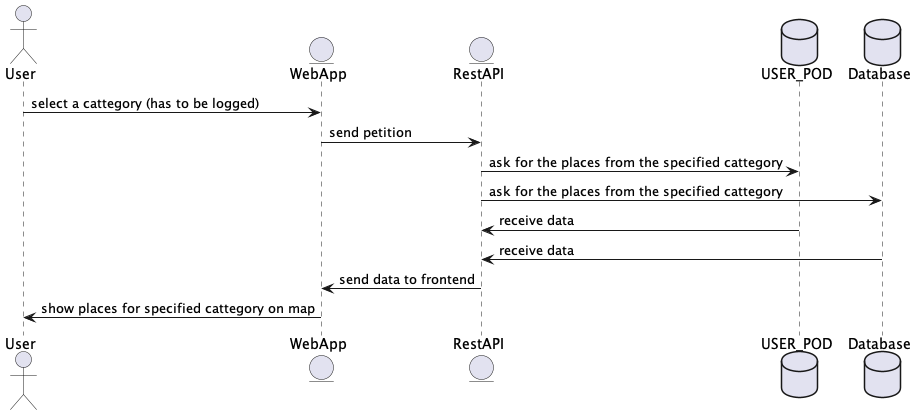
The PlantUML diagram images/filter map diagram.png in Arquisoft/lomap_es5c, before a commit. The source it was exported from:
```plantuml
@startuml
actor User
entity EntityWeb as "WebApp"
entity EntityRest as "RestAPI"
database Pod as "USER_POD"
database Mongo as "Database"

User -> EntityWeb: select a cattegory (has to be logged)
EntityWeb -> EntityRest: send petition
EntityRest -> Pod: ask for the places from the specified cattegory
EntityRest -> Mongo: ask for the places from the specified cattegory
Pod -> EntityRest: receive data
Mongo -> EntityRest: receive data
EntityRest -> EntityWeb: send data to frontend
EntityWeb -> User: show places for specified cattegory on map
@enduml
```
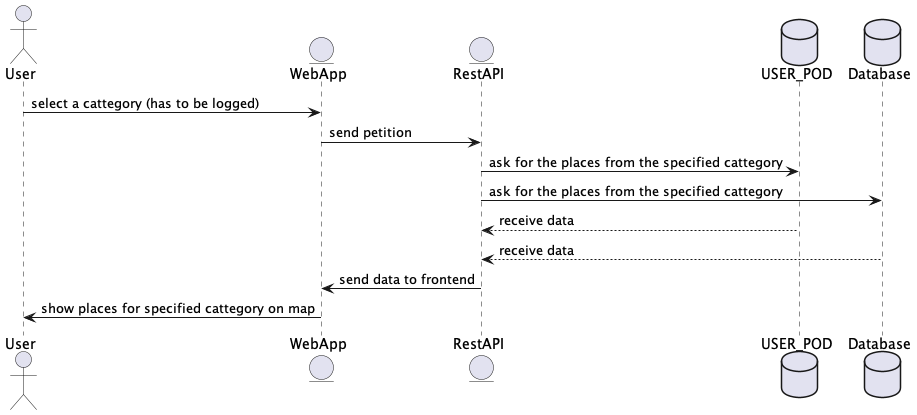
The same file after the commit.

Diff of the diagram source:
```diff
@@ -9,8 +9,8 @@
 EntityWeb -> EntityRest: send petition
 EntityRest -> Pod: ask for the places from the specified cattegory
 EntityRest -> Mongo: ask for the places from the specified cattegory
-Pod -> EntityRest: receive data
-Mongo -> EntityRest: receive data
+Pod --> EntityRest: receive data
+Mongo --> EntityRest: receive data
 EntityRest -> EntityWeb: send data to frontend
 EntityWeb -> User: show places for specified cattegory on map
 @enduml
```
